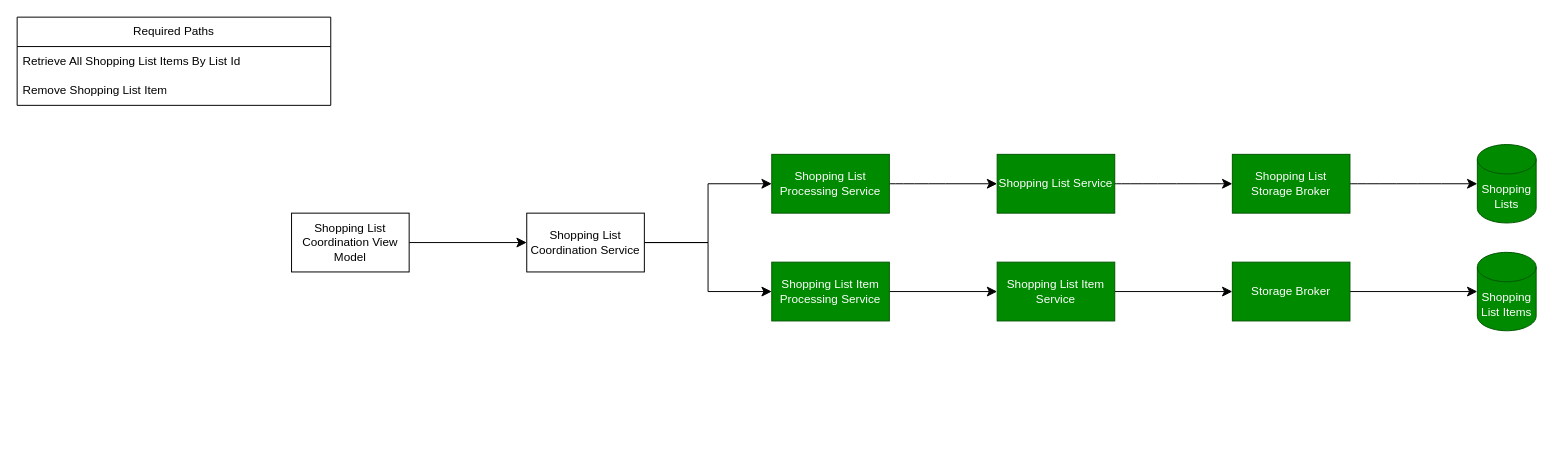
mohielamin/SLO.MobileApp keeps this draw.io diagram as page "Services" (2 of 3) of docs/designs/SLO.MobileApp.Features.ShoppingList.drawio. Above is the earlier version. Source tidied: cells renumbered, new cells numbered last; positions are measured from the earlier drawing's top-left corner, leaving out a move shared by most shapes. Both pictures are drawn from the tidied source at 98%, with x=0, y=0 at pixel (17, 17).
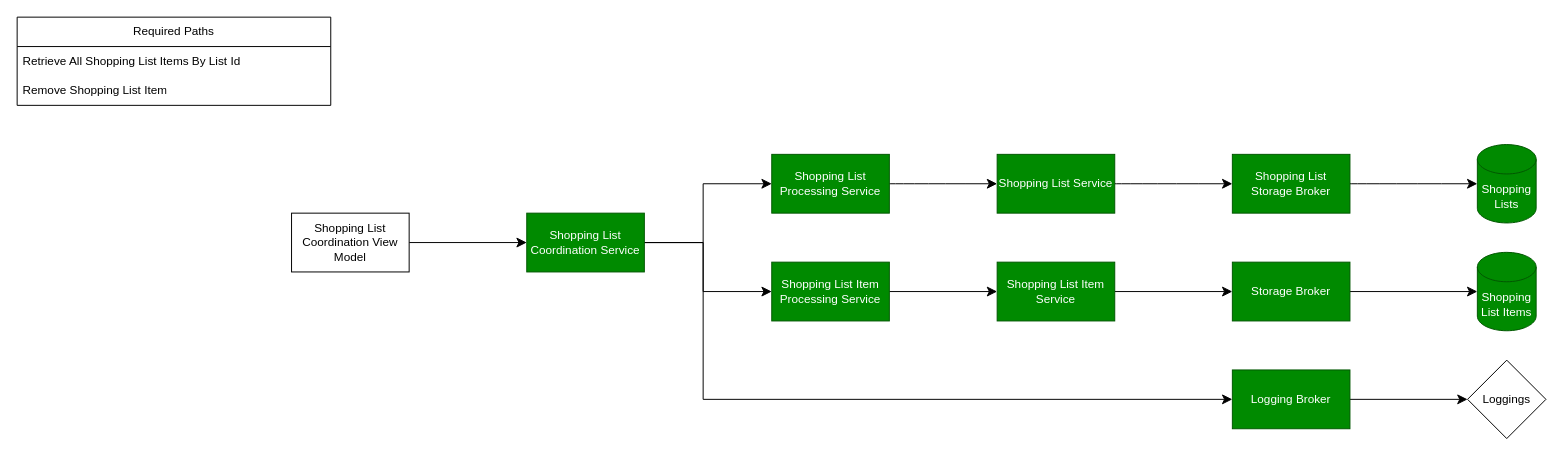
The same page after the edit.

Unchanged cells that the change refers to:
```xml
<mxCell id="3" value="Shopping List Item Processing Service" style="whiteSpace=wrap;html=1;fontFamily=Helvetica;fontSize=12;fontColor=#ffffff;labelBackgroundColor=none;fillColor=#008a00;strokeColor=#005700;" parent="1" vertex="1">
  <mxGeometry x="770" y="250" width="120" height="60" as="geometry" />
</mxCell>
<mxCell id="18" value="Shopping List Processing Service" style="whiteSpace=wrap;html=1;fontFamily=Helvetica;fontSize=12;fontColor=#ffffff;labelBackgroundColor=none;fillColor=#008a00;strokeColor=#005700;" parent="1" vertex="1">
  <mxGeometry x="770" y="140" width="120" height="60" as="geometry" />
</mxCell>
```

Change to the diagram source:
```diff
@@
     <mxCell id="19" style="edgeStyle=orthogonalEdgeStyle;rounded=0;jettySize=auto;html=1;fontSize=12;startSize=8;endSize=8;" parent="1" edge="1" source="21" target="3">
-      <mxGeometry relative="1" as="geometry" />
+      <mxGeometry relative="1" as="geometry">
+        <Array as="points">
+          <mxPoint x="700" y="230" />
+          <mxPoint x="700" y="280" />
+        </Array>
+      </mxGeometry>
     </mxCell>
     <mxCell id="20" style="edgeStyle=orthogonalEdgeStyle;rounded=0;jettySize=auto;html=1;entryX=0;entryY=0.5;entryDx=0;entryDy=0;fontSize=12;startSize=8;endSize=8;" parent="1" edge="1" source="21" target="18">
-      <mxGeometry relative="1" as="geometry" />
+      <mxGeometry relative="1" as="geometry">
+        <Array as="points">
+          <mxPoint x="700" y="230" />
+          <mxPoint x="700" y="170" />
+        </Array>
+      </mxGeometry>
     </mxCell>
+    <mxCell id="24" style="edgeStyle=orthogonalEdgeStyle;shape=connector;rounded=0;jettySize=auto;html=1;entryX=0;entryY=0.5;entryDx=0;entryDy=0;strokeColor=default;align=center;verticalAlign=middle;fontFamily=Helvetica;fontSize=12;fontColor=default;labelBackgroundColor=default;startSize=8;endArrow=classic;endSize=8;" parent="1" edge="1" source="21" target="26">
+      <mxGeometry relative="1" as="geometry">
+        <Array as="points">
+          <mxPoint x="700" y="230" />
+          <mxPoint x="700" y="390" />
+        </Array>
+      </mxGeometry>
+    </mxCell>
-    <mxCell id="21" value="Shopping List Coordination Service" style="whiteSpace=wrap;html=1;fontFamily=Helvetica;fontSize=12;labelBackgroundColor=none;" parent="1" vertex="1">
+    <mxCell id="21" value="Shopping List Coordination Service" style="whiteSpace=wrap;html=1;fontFamily=Helvetica;fontSize=12;labelBackgroundColor=none;fillColor=#008a00;fontColor=#ffffff;strokeColor=#005700;" parent="1" vertex="1">
       <mxGeometry x="520" y="200" width="120" height="60" as="geometry" />
     </mxCell>
@@
+    <mxCell id="25" style="edgeStyle=orthogonalEdgeStyle;shape=connector;rounded=0;jettySize=auto;html=1;strokeColor=default;align=center;verticalAlign=middle;fontFamily=Helvetica;fontSize=12;fontColor=default;labelBackgroundColor=default;startSize=8;endArrow=classic;endSize=8;" parent="1" edge="1" source="26" target="27">
+      <mxGeometry relative="1" as="geometry" />
+    </mxCell>
+    <mxCell id="26" value="Logging Broker" style="whiteSpace=wrap;html=1;fontFamily=Helvetica;fontSize=12;fontColor=#ffffff;labelBackgroundColor=none;fillColor=#008a00;strokeColor=#005700;" parent="1" vertex="1">
+      <mxGeometry x="1240" y="360" width="120" height="60" as="geometry" />
+    </mxCell>
+    <mxCell id="27" value="Loggings" style="rhombus;whiteSpace=wrap;html=1;shapeInside=1;labelBackgroundColor=none;" parent="1" vertex="1">
+      <mxGeometry x="1480" y="350" width="80" height="80" as="geometry" />
+    </mxCell>
```
